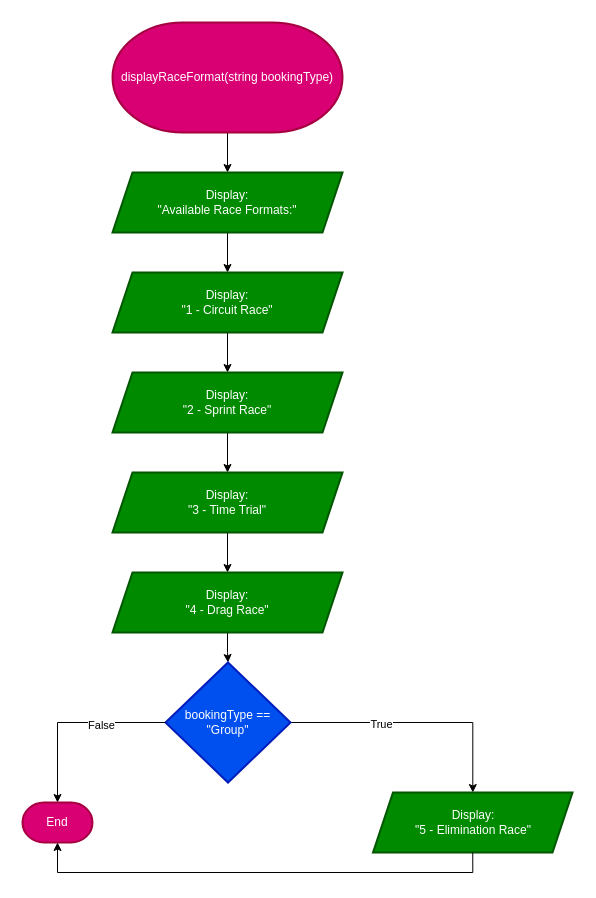
Before: Flowcharts (draw.io)/03. displayRaceFormat.drawio in shahxvi/csc126-group-project, a draw.io diagram. Source tidied: cells renumbered, new cells numbered last; positions are measured from the earlier drawing's top-left corner, leaving out a move shared by most shapes. Both pictures are drawn from the tidied source at 100%, with x=0, y=0 at pixel (22, 22).
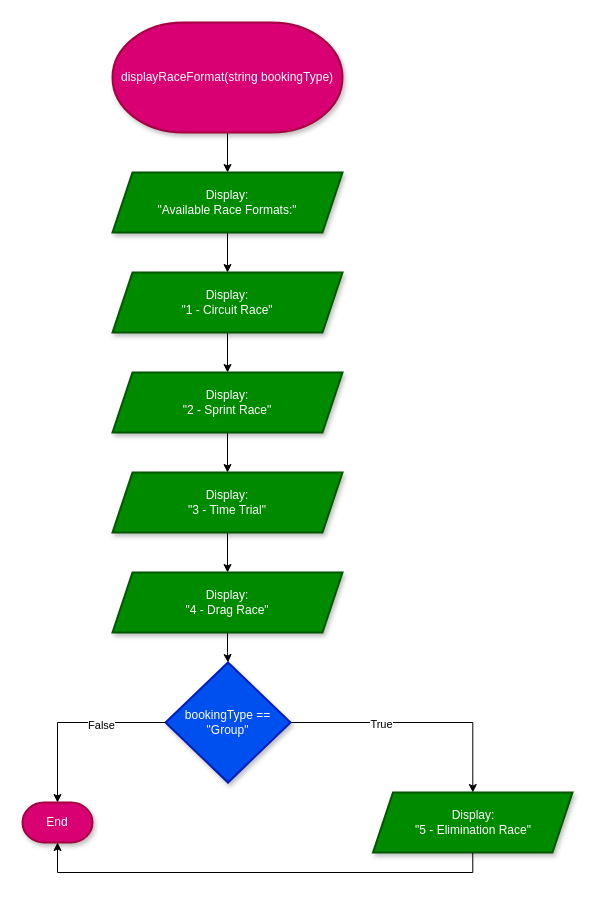
The same page after the edit.

The edit, as a diff of the source:
```diff
@@
-    <mxCell id="3" value="displayRaceFormat(string bookingType)" style="strokeWidth=2;html=1;shape=mxgraph.flowchart.terminator;whiteSpace=wrap;fillColor=#d80073;fontColor=#ffffff;strokeColor=#A50040;" parent="1" vertex="1">
+    <mxCell id="3" value="displayRaceFormat(string bookingType)" style="strokeWidth=2;html=1;shape=mxgraph.flowchart.terminator;whiteSpace=wrap;fillColor=#d80073;fontColor=#ffffff;strokeColor=#A50040;shadow=1;" parent="1" vertex="1">
       <mxGeometry x="90" width="230" height="110" as="geometry" />
     </mxCell>
@@
-    <mxCell id="5" value="Display:&lt;div&gt;&quot;Available Race Formats:&quot;&lt;/div&gt;" style="shape=parallelogram;perimeter=parallelogramPerimeter;whiteSpace=wrap;html=1;fixedSize=1;fillColor=#008a00;strokeColor=#005700;fontColor=#ffffff;strokeWidth=2;" parent="1" vertex="1">
+    <mxCell id="5" value="Display:&lt;div&gt;&quot;Available Race Formats:&quot;&lt;/div&gt;" style="shape=parallelogram;perimeter=parallelogramPerimeter;whiteSpace=wrap;html=1;fixedSize=1;fillColor=#008a00;strokeColor=#005700;fontColor=#ffffff;strokeWidth=2;shadow=1;" parent="1" vertex="1">
       <mxGeometry x="90" y="150" width="230" height="60" as="geometry" />
     </mxCell>
@@
-    <mxCell id="7" value="Display:&lt;div&gt;&quot;1 - Circuit Race&quot;&lt;/div&gt;" style="shape=parallelogram;perimeter=parallelogramPerimeter;whiteSpace=wrap;html=1;fixedSize=1;fillColor=#008a00;strokeColor=#005700;fontColor=#ffffff;strokeWidth=2;" parent="1" vertex="1">
+    <mxCell id="7" value="Display:&lt;div&gt;&quot;1 - Circuit Race&quot;&lt;/div&gt;" style="shape=parallelogram;perimeter=parallelogramPerimeter;whiteSpace=wrap;html=1;fixedSize=1;fillColor=#008a00;strokeColor=#005700;fontColor=#ffffff;strokeWidth=2;shadow=1;" parent="1" vertex="1">
       <mxGeometry x="90" y="250" width="230" height="60" as="geometry" />
     </mxCell>
@@
-    <mxCell id="9" value="Display:&lt;div&gt;&quot;2 - Sprint Race&quot;&lt;/div&gt;" style="shape=parallelogram;perimeter=parallelogramPerimeter;whiteSpace=wrap;html=1;fixedSize=1;fillColor=#008a00;strokeColor=#005700;fontColor=#ffffff;strokeWidth=2;" parent="1" vertex="1">
+    <mxCell id="9" value="Display:&lt;div&gt;&quot;2 - Sprint Race&quot;&lt;/div&gt;" style="shape=parallelogram;perimeter=parallelogramPerimeter;whiteSpace=wrap;html=1;fixedSize=1;fillColor=#008a00;strokeColor=#005700;fontColor=#ffffff;strokeWidth=2;shadow=1;" parent="1" vertex="1">
       <mxGeometry x="90" y="350" width="230" height="60" as="geometry" />
     </mxCell>
@@
-    <mxCell id="11" value="Display:&lt;div&gt;&quot;3 - Time Trial&quot;&lt;/div&gt;" style="shape=parallelogram;perimeter=parallelogramPerimeter;whiteSpace=wrap;html=1;fixedSize=1;fillColor=#008a00;strokeColor=#005700;fontColor=#ffffff;strokeWidth=2;" parent="1" vertex="1">
+    <mxCell id="11" value="Display:&lt;div&gt;&quot;3 - Time Trial&quot;&lt;/div&gt;" style="shape=parallelogram;perimeter=parallelogramPerimeter;whiteSpace=wrap;html=1;fixedSize=1;fillColor=#008a00;strokeColor=#005700;fontColor=#ffffff;strokeWidth=2;shadow=1;" parent="1" vertex="1">
       <mxGeometry x="90" y="450" width="230" height="60" as="geometry" />
     </mxCell>
@@
-    <mxCell id="13" value="Display:&lt;div&gt;&quot;4 - Drag Race&quot;&lt;/div&gt;" style="shape=parallelogram;perimeter=parallelogramPerimeter;whiteSpace=wrap;html=1;fixedSize=1;fillColor=#008a00;strokeColor=#005700;fontColor=#ffffff;strokeWidth=2;" parent="1" vertex="1">
+    <mxCell id="13" value="Display:&lt;div&gt;&quot;4 - Drag Race&quot;&lt;/div&gt;" style="shape=parallelogram;perimeter=parallelogramPerimeter;whiteSpace=wrap;html=1;fixedSize=1;fillColor=#008a00;strokeColor=#005700;fontColor=#ffffff;strokeWidth=2;shadow=1;" parent="1" vertex="1">
       <mxGeometry x="90" y="550" width="230" height="60" as="geometry" />
     </mxCell>
@@
-    <mxCell id="16" value="bookingType == &quot;Group&quot;" style="rhombus;whiteSpace=wrap;html=1;fillColor=#0050ef;strokeColor=#001DBC;fontColor=#ffffff;strokeWidth=2;" parent="1" vertex="1">
+    <mxCell id="16" value="bookingType == &quot;Group&quot;" style="rhombus;whiteSpace=wrap;html=1;fillColor=#0050ef;strokeColor=#001DBC;fontColor=#ffffff;strokeWidth=2;shadow=1;" parent="1" vertex="1">
       <mxGeometry x="143" y="640" width="125" height="120" as="geometry" />
     </mxCell>
-    <mxCell id="17" value="Display:&lt;div&gt;&quot;5 - Elimination Race&quot;&lt;/div&gt;" style="shape=parallelogram;perimeter=parallelogramPerimeter;whiteSpace=wrap;html=1;fixedSize=1;fillColor=#008a00;strokeColor=#005700;fontColor=#ffffff;strokeWidth=2;" parent="1" vertex="1">
+    <mxCell id="17" value="Display:&lt;div&gt;&quot;5 - Elimination Race&quot;&lt;/div&gt;" style="shape=parallelogram;perimeter=parallelogramPerimeter;whiteSpace=wrap;html=1;fixedSize=1;fillColor=#008a00;strokeColor=#005700;fontColor=#ffffff;strokeWidth=2;shadow=1;" parent="1" vertex="1">
       <mxGeometry x="350.5" y="770" width="199.5" height="60" as="geometry" />
     </mxCell>
-    <mxCell id="18" value="End" style="strokeWidth=2;html=1;shape=mxgraph.flowchart.terminator;whiteSpace=wrap;fillColor=#d80073;fontColor=#ffffff;strokeColor=#A50040;" parent="1" vertex="1">
+    <mxCell id="18" value="End" style="strokeWidth=2;html=1;shape=mxgraph.flowchart.terminator;whiteSpace=wrap;fillColor=#d80073;fontColor=#ffffff;strokeColor=#A50040;shadow=1;" parent="1" vertex="1">
       <mxGeometry y="780" width="70" height="40" as="geometry" />
     </mxCell>
```
